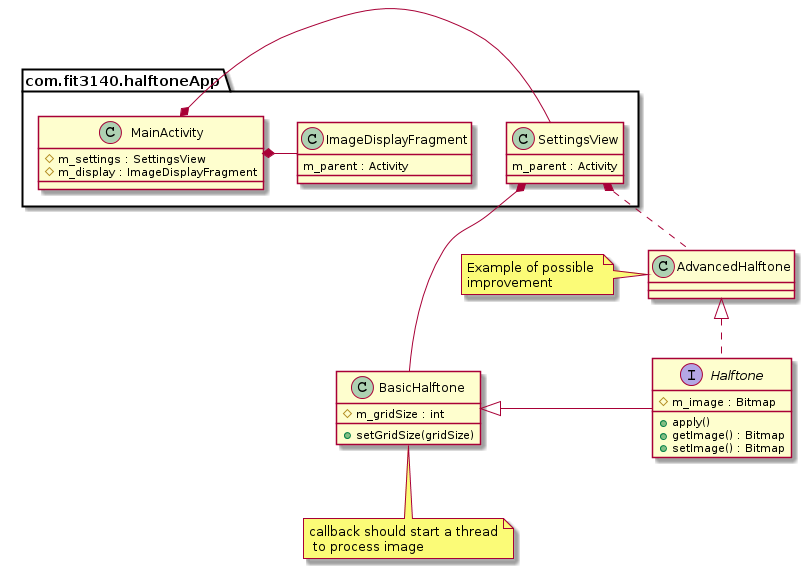
Before: doc/main.png, a diagram exported from PlantUML (jh247247/FIT3140-Application).
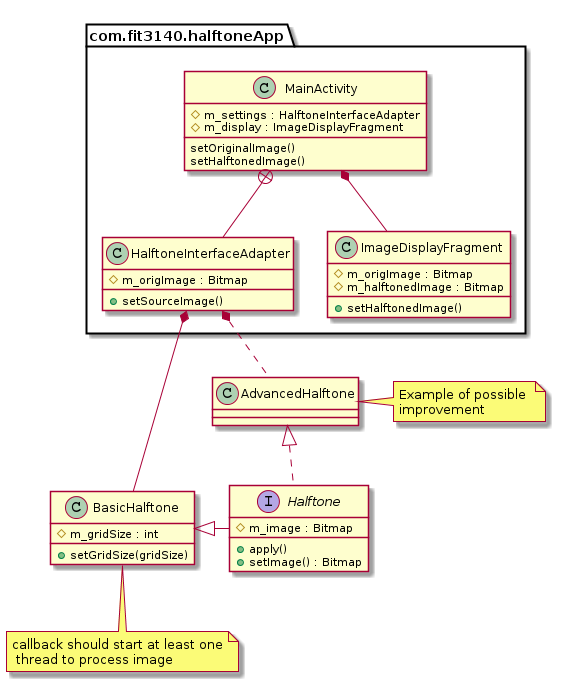
After the change.

The edit, as a diff of the source:
```diff
@@ -1,26 +1,31 @@
 @startuml
 package com.fit3140.halftoneApp {
-MainActivity *- SettingsView
-MainActivity *- ImageDisplayFragment
+MainActivity +-- HalftoneInterfaceAdapter
+MainActivity *-- ImageDisplayFragment
 
 class MainActivity {
-#m_settings : SettingsView
+#m_settings : HalftoneInterfaceAdapter
 #m_display : ImageDisplayFragment
+setOriginalImage()
+setHalftonedImage()
 }
 
-class SettingsView {
-m_parent : Activity
+class HalftoneInterfaceAdapter {
+#m_origImage : Bitmap
++setSourceImage()
 }
 
 class ImageDisplayFragment {
-m_parent : Activity
+#m_origImage : Bitmap
+#m_halftonedImage : Bitmap
++setHalftonedImage()
 }
 
 }
 BasicHalftone <|- Halftone
 AdvancedHalftone <|.. Halftone
-SettingsView *- BasicHalftone
-SettingsView *.. AdvancedHalftone
+HalftoneInterfaceAdapter *- BasicHalftone
+HalftoneInterfaceAdapter *.. AdvancedHalftone
 
 
 class BasicHalftone {
@@ -28,13 +33,12 @@
 +setGridSize(gridSize)
 }
 
-note bottom of BasicHalftone: callback should start a thread\n to process image
-note left of AdvancedHalftone: Example of possible \nimprovement
+note bottom of BasicHalftone: callback should start at least one\n thread to process image
+note right of AdvancedHalftone: Example of possible \nimprovement
 interface Halftone {
 
 #m_image : Bitmap
 +apply()
-+getImage() : Bitmap
 +setImage() : Bitmap
 }
 
```
